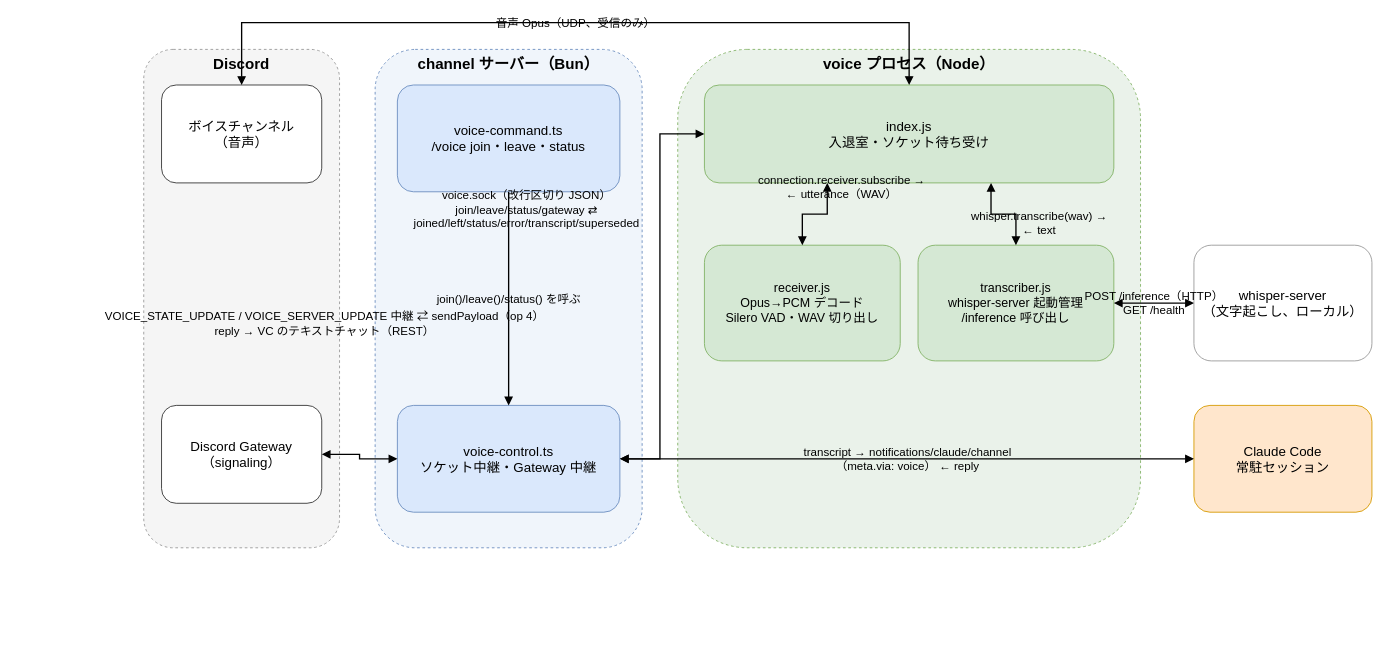
Earlier version of the draw.io diagram docs/diagrams/voice-architecture.drawio (umitsu-tech/claude-code-discord-bot). Source tidied: cells renumbered, new cells numbered last; positions are measured from the earlier drawing's top-left corner, leaving out a move shared by most shapes. Both pictures are drawn from the tidied source at 89%, with x=0, y=0 at pixel (143, 22).
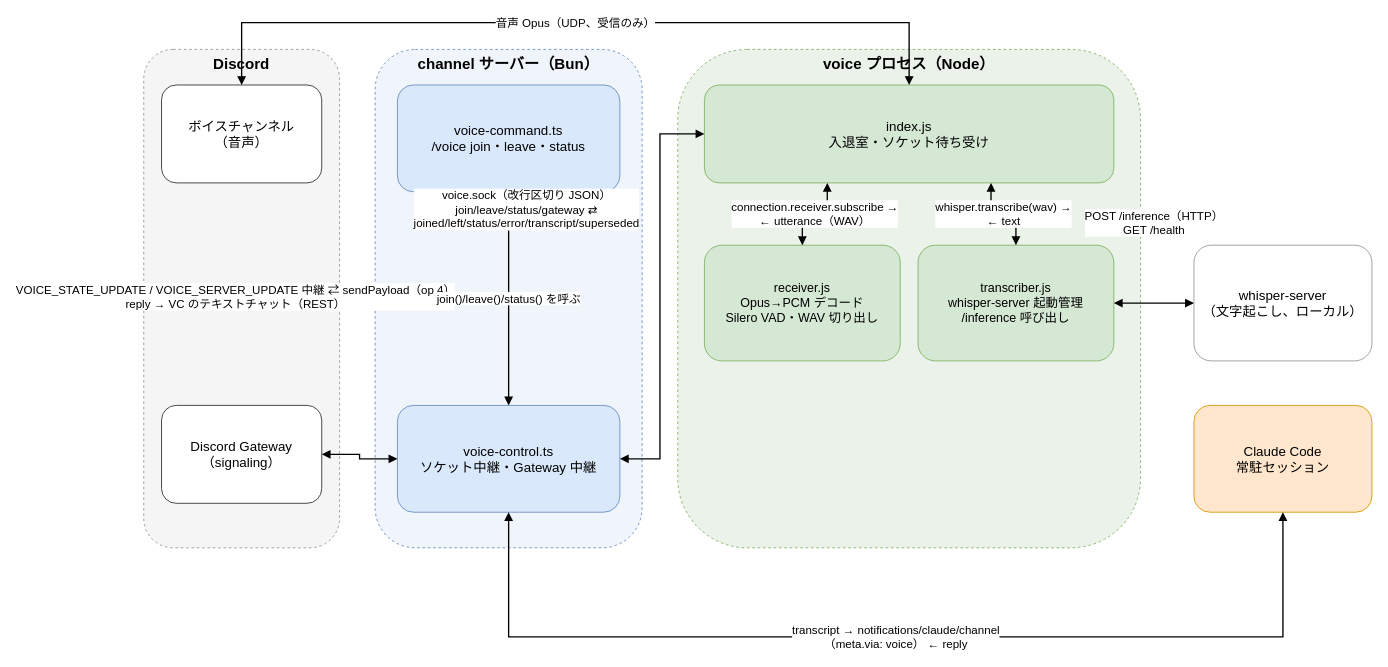
The same page after the edit.

The change refers to these unchanged cells:
```xml
<mxCell id="3" value="ボイスチャンネル&lt;br&gt;（音声）" style="rounded=1;whiteSpace=wrap;html=1;fillColor=#FFFFFF;strokeColor=#333333;fontSize=15;" parent="1" vertex="1">
  <mxGeometry x="20" y="70" width="180" height="110" as="geometry" />
</mxCell>
<mxCell id="4" value="Discord Gateway&lt;br&gt;（signaling）" style="rounded=1;whiteSpace=wrap;html=1;fillColor=#FFFFFF;strokeColor=#333333;fontSize=15;" parent="1" vertex="1">
  <mxGeometry x="20" y="430" width="180" height="110" as="geometry" />
</mxCell>
<mxCell id="6" value="voice-command.ts&lt;br&gt;/voice join・leave・status" style="rounded=1;whiteSpace=wrap;html=1;fillColor=#DAE8FC;strokeColor=#6C8EBF;fontSize=15;" parent="1" vertex="1">
  <mxGeometry x="285" y="70" width="250" height="120" as="geometry" />
</mxCell>
<mxCell id="7" value="voice-control.ts&lt;br&gt;ソケット中継・Gateway 中継" style="rounded=1;whiteSpace=wrap;html=1;fillColor=#DAE8FC;strokeColor=#6C8EBF;fontSize=15;" parent="1" vertex="1">
  <mxGeometry x="285" y="430" width="250" height="120" as="geometry" />
</mxCell>
<mxCell id="9" value="index.js&lt;br&gt;入退室・ソケット待ち受け" style="rounded=1;whiteSpace=wrap;html=1;fillColor=#D5E8D4;strokeColor=#82B366;fontSize=15;" parent="1" vertex="1">
  <mxGeometry x="630" y="70" width="460" height="110" as="geometry" />
</mxCell>
<mxCell id="10" value="receiver.js&lt;br&gt;Opus→PCM デコード&lt;br&gt;Silero VAD・WAV 切り出し" style="rounded=1;whiteSpace=wrap;html=1;fillColor=#D5E8D4;strokeColor=#82B366;fontSize=14;" parent="1" vertex="1">
  <mxGeometry x="630" y="250" width="220" height="130" as="geometry" />
</mxCell>
<mxCell id="11" value="transcriber.js&lt;br&gt;whisper-server 起動管理&lt;br&gt;/inference 呼び出し" style="rounded=1;whiteSpace=wrap;html=1;fillColor=#D5E8D4;strokeColor=#82B366;fontSize=14;" parent="1" vertex="1">
  <mxGeometry x="870" y="250" width="220" height="130" as="geometry" />
</mxCell>
<mxCell id="12" value="whisper-server&lt;br&gt;（文字起こし、ローカル）" style="rounded=1;whiteSpace=wrap;html=1;fillColor=#FFFFFF;strokeColor=#999999;fontSize=15;" parent="1" vertex="1">
  <mxGeometry x="1180" y="250" width="200" height="130" as="geometry" />
</mxCell>
<mxCell id="13" value="Claude Code&lt;br&gt;常駐セッション" style="rounded=1;whiteSpace=wrap;html=1;fillColor=#FFE6CC;strokeColor=#D79B00;fontSize=15;" parent="1" vertex="1">
  <mxGeometry x="1180" y="430" width="200" height="120" as="geometry" />
</mxCell>
```

Diff of the diagram source:
```diff
@@
-    <mxCell id="14" value="VOICE_STATE_UPDATE / VOICE_SERVER_UPDATE 中継 ⇄ sendPayload（op 4）&lt;br&gt;reply → VC のテキストチャット（REST）" style="edgeStyle=orthogonalEdgeStyle;rounded=0;html=1;fontSize=13;endArrow=block;endFill=1;strokeWidth=1.5;startArrow=block;startFill=1;exitX=1;exitY=0.5;entryX=0;entryY=0.5;labelBackgroundColor=none;" parent="1" edge="1" source="4" target="7">
+    <mxCell id="14" value="VOICE_STATE_UPDATE / VOICE_SERVER_UPDATE 中継 ⇄ sendPayload（op 4）&lt;br&gt;reply → VC のテキストチャット（REST）" style="edgeStyle=orthogonalEdgeStyle;rounded=0;html=1;fontSize=13;endArrow=block;endFill=1;strokeWidth=1.5;startArrow=block;startFill=1;exitX=1;exitY=0.5;entryX=0;entryY=0.5;labelBackgroundColor=#ffffff;" parent="1" edge="1" source="4" target="7">
       <mxGeometry relative="1" as="geometry">
-        <mxPoint x="-40" y="-150" as="offset" />
+        <mxPoint x="-140" y="-180" as="offset" />
       </mxGeometry>
     </mxCell>
-    <mxCell id="15" value="join()/leave()/status() を呼ぶ" style="edgeStyle=orthogonalEdgeStyle;rounded=0;html=1;fontSize=13;endArrow=block;endFill=1;strokeWidth=1.5;exitX=0.5;exitY=1;entryX=0.5;entryY=0;labelBackgroundColor=none;" parent="1" edge="1" source="6" target="7">
+    <mxCell id="15" value="join()/leave()/status() を呼ぶ" style="edgeStyle=orthogonalEdgeStyle;rounded=0;html=1;fontSize=13;endArrow=block;endFill=1;strokeWidth=1.5;exitX=0.5;exitY=1;entryX=0.5;entryY=0;labelBackgroundColor=#ffffff;" parent="1" edge="1" source="6" target="7">
       <mxGeometry relative="1" as="geometry" />
     </mxCell>
-    <mxCell id="16" value="voice.sock（改行区切り JSON）&lt;br&gt;join/leave/status/gateway ⇄&lt;br&gt;joined/left/status/error/transcript/superseded" style="edgeStyle=orthogonalEdgeStyle;rounded=0;html=1;fontSize=13;endArrow=block;endFill=1;strokeWidth=1.5;startArrow=block;startFill=1;exitX=1;exitY=0.5;entryX=0;entryY=0.5;labelBackgroundColor=none;" parent="1" edge="1" source="7" target="9">
+    <mxCell id="16" value="voice.sock（改行区切り JSON）&lt;br&gt;join/leave/status/gateway ⇄&lt;br&gt;joined/left/status/error/transcript/superseded" style="edgeStyle=orthogonalEdgeStyle;rounded=0;html=1;fontSize=13;endArrow=block;endFill=1;strokeWidth=1.5;startArrow=block;startFill=1;exitX=1;exitY=0.5;entryX=0;entryY=0.5;labelBackgroundColor=#ffffff;" parent="1" edge="1" source="7" target="9">
       <mxGeometry relative="1" as="geometry">
         <Array as="points">
           <mxPoint x="580" y="490" />
           <mxPoint x="580" y="125" />
         </Array>
         <mxPoint x="-150" y="-95" as="offset" />
       </mxGeometry>
     </mxCell>
-    <mxCell id="17" value="音声 Opus（UDP、受信のみ）" style="edgeStyle=orthogonalEdgeStyle;rounded=0;html=1;fontSize=13;endArrow=block;endFill=1;strokeWidth=1.5;startArrow=block;startFill=1;exitX=0.5;exitY=0;entryX=0.5;entryY=0;labelBackgroundColor=none;" parent="1" edge="1" source="3" target="9">
+    <mxCell id="17" value="音声 Opus（UDP、受信のみ）" style="edgeStyle=orthogonalEdgeStyle;rounded=0;html=1;fontSize=13;endArrow=block;endFill=1;strokeWidth=1.5;startArrow=block;startFill=1;exitX=0.5;exitY=0;entryX=0.5;entryY=0;labelBackgroundColor=#ffffff;" parent="1" edge="1" source="3" target="9">
       <mxGeometry relative="1" as="geometry">
         <Array as="points">
           <mxPoint x="110" />
           <mxPoint x="860" />
         </Array>
       </mxGeometry>
     </mxCell>
-    <mxCell id="18" value="connection.receiver.subscribe →&lt;br&gt;← utterance（WAV）" style="edgeStyle=orthogonalEdgeStyle;rounded=0;html=1;fontSize=13;endArrow=block;endFill=1;strokeWidth=1.5;startArrow=block;startFill=1;exitX=0.3;exitY=1;entryX=0.5;entryY=0;labelBackgroundColor=none;" parent="1" edge="1" source="9" target="10">
-      <mxGeometry relative="1" as="geometry">
-        <mxPoint x="30" y="-30" as="offset" />
-      </mxGeometry>
+    <mxCell id="18" value="connection.receiver.subscribe →&lt;br&gt;← utterance（WAV）" style="edgeStyle=orthogonalEdgeStyle;rounded=0;html=1;fontSize=13;endArrow=block;endFill=1;strokeWidth=1.5;startArrow=block;startFill=1;exitX=0.3;exitY=1;entryX=0.5;entryY=0;labelBackgroundColor=#ffffff;" parent="1" edge="1" source="9" target="10">
+      <mxGeometry relative="1" as="geometry" />
     </mxCell>
-    <mxCell id="19" value="whisper.transcribe(wav) →&lt;br&gt;← text" style="edgeStyle=orthogonalEdgeStyle;rounded=0;html=1;fontSize=13;endArrow=block;endFill=1;strokeWidth=1.5;startArrow=block;startFill=1;exitX=0.7;exitY=1;entryX=0.5;entryY=0;labelBackgroundColor=none;" parent="1" edge="1" source="9" target="11">
-      <mxGeometry relative="1" as="geometry">
-        <mxPoint x="40" y="10" as="offset" />
-      </mxGeometry>
+    <mxCell id="19" value="whisper.transcribe(wav) →&lt;br&gt;← text" style="edgeStyle=orthogonalEdgeStyle;rounded=0;html=1;fontSize=13;endArrow=block;endFill=1;strokeWidth=1.5;startArrow=block;startFill=1;exitX=0.7;exitY=1;entryX=0.5;entryY=0;labelBackgroundColor=#ffffff;" parent="1" edge="1" source="9" target="11">
+      <mxGeometry relative="1" as="geometry" />
     </mxCell>
-    <mxCell id="20" value="POST /inference（HTTP）&lt;br&gt;GET /health" style="edgeStyle=orthogonalEdgeStyle;rounded=0;html=1;fontSize=13;endArrow=block;endFill=1;strokeWidth=1.5;startArrow=block;startFill=1;exitX=1;exitY=0.5;entryX=0;entryY=0.5;labelBackgroundColor=none;" parent="1" edge="1" source="11" target="12">
-      <mxGeometry relative="1" as="geometry" />
+    <mxCell id="20" value="POST /inference（HTTP）&lt;br&gt;GET /health" style="edgeStyle=orthogonalEdgeStyle;rounded=0;html=1;fontSize=13;endArrow=block;endFill=1;strokeWidth=1.5;startArrow=block;startFill=1;exitX=1;exitY=0.5;entryX=0;entryY=0.5;labelBackgroundColor=#ffffff;" parent="1" edge="1" source="11" target="12">
+      <mxGeometry relative="1" as="geometry">
+        <mxPoint y="-90" as="offset" />
+      </mxGeometry>
     </mxCell>
-    <mxCell id="21" value="transcript → notifications/claude/channel&lt;br&gt;（meta.via: voice） ← reply" style="edgeStyle=orthogonalEdgeStyle;rounded=0;html=1;fontSize=13;endArrow=block;endFill=1;strokeWidth=1.5;startArrow=block;startFill=1;exitX=1;exitY=0.5;entryX=0;entryY=0.5;labelBackgroundColor=none;" parent="1" edge="1" source="7" target="13">
-      <mxGeometry relative="1" as="geometry" />
+    <mxCell id="21" value="transcript → notifications/claude/channel&lt;br&gt;（meta.via: voice） ← reply" style="edgeStyle=orthogonalEdgeStyle;rounded=0;html=1;fontSize=13;endArrow=block;endFill=1;strokeWidth=1.5;startArrow=block;startFill=1;exitX=0.5;exitY=1;entryX=0.5;entryY=1;labelBackgroundColor=#ffffff;" parent="1" edge="1" source="7" target="13">
+      <mxGeometry relative="1" as="geometry">
+        <Array as="points">
+          <mxPoint x="410" y="690" />
+          <mxPoint x="1280" y="690" />
+        </Array>
+      </mxGeometry>
     </mxCell>
```
